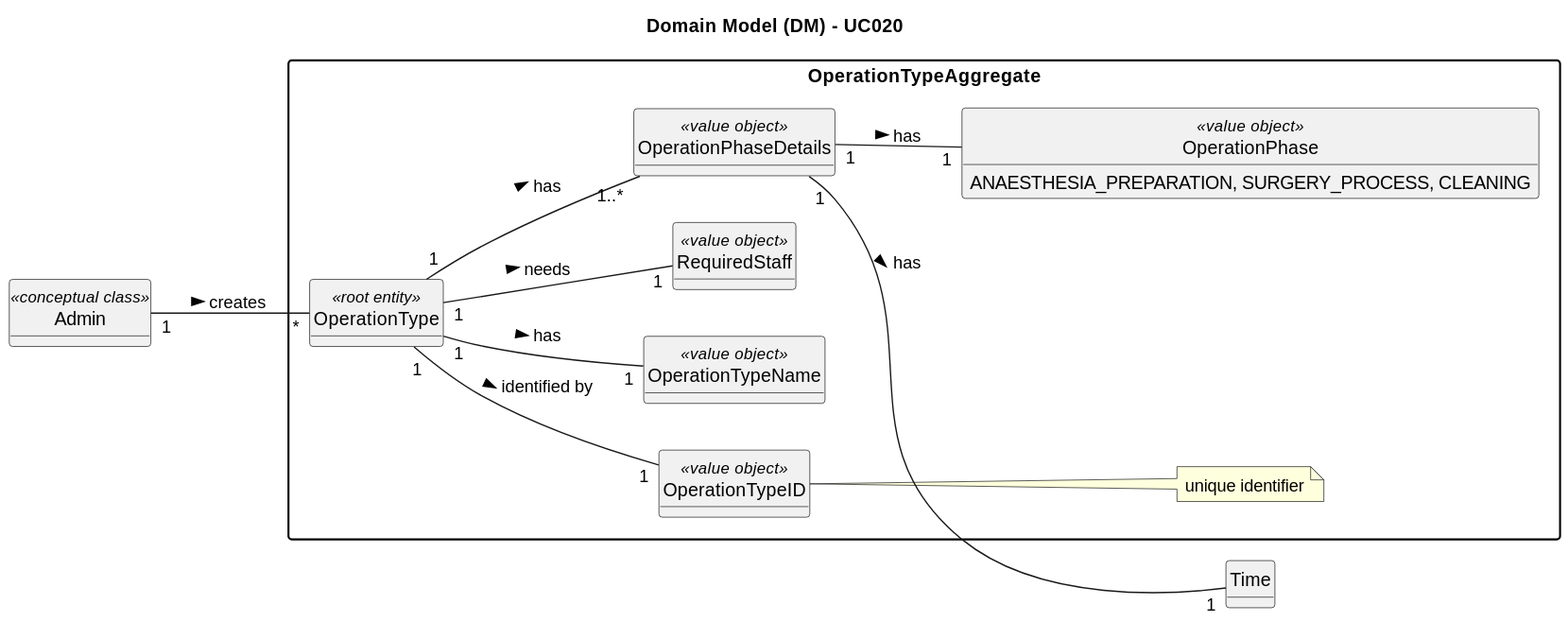
This is docs/SprintA/UseCases/UC020/02.analysis/svg/uc020-domain-model.svg from 1221124/sem5pi-24-25-g031, a PlantUML export, as it was before one commit.
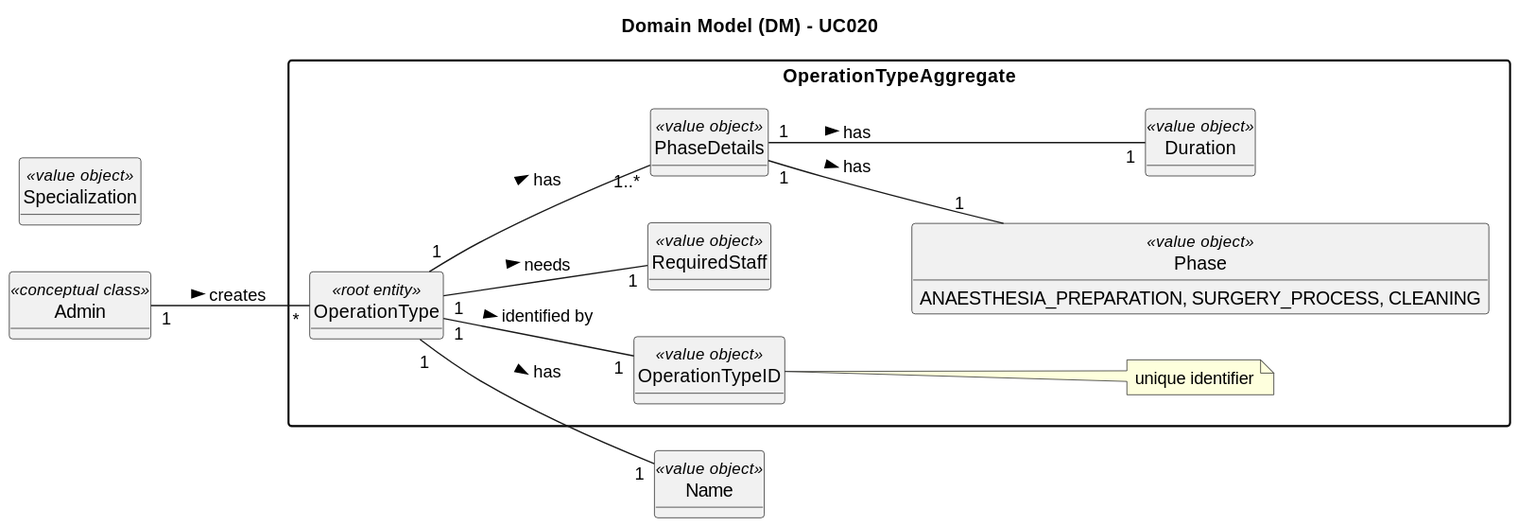
Later version of the same file.

Commit message:
#23 UC021: Analysis - Domain Model and README.md done.

Diff of the diagram source:
```diff
@@ -14,24 +14,26 @@
 
 package "OperationTypeAggregate" {
     class OperationType <<root entity>>
-    class OperationType <<root entity>>
     class OperationTypeID <<value object>>
     note right of OperationTypeID: unique identifier
-    class OperationTypeName <<value object>>
     class RequiredStaff <<value object>>
-    class OperationPhaseDetails <<value object>>
-    class OperationPhase <<value object>> {
+    class PhaseDetails <<value object>>
+    class Phase <<value object>> {
         ANAESTHESIA_PREPARATION, SURGERY_PROCESS, CLEANING
     }
+    class Duration <<value object>>
 }
 
 class Admin <<conceptual class>>
+class Name <<value object>>
+class Specialization <<value object>>
 
 Admin "1" -- "*" OperationType : creates >
+
 OperationType "1" -- "1" OperationTypeID : > identified by
-OperationType "1" -- "1" OperationTypeName : > has
+OperationType "1" -- "1" Name : > has
 OperationType "1" -- "1" RequiredStaff : > needs
-OperationType "1" -- "1..*" OperationPhaseDetails : > has
-OperationPhaseDetails "1" -- "1" OperationPhase : > has
-OperationPhaseDetails "1" -- "1" Time : > has
+OperationType "1" -- "1..*" PhaseDetails : > has
+PhaseDetails "1" -- "1" Phase : > has
+PhaseDetails "1" -- "1" Duration : > has
 @enduml
```
